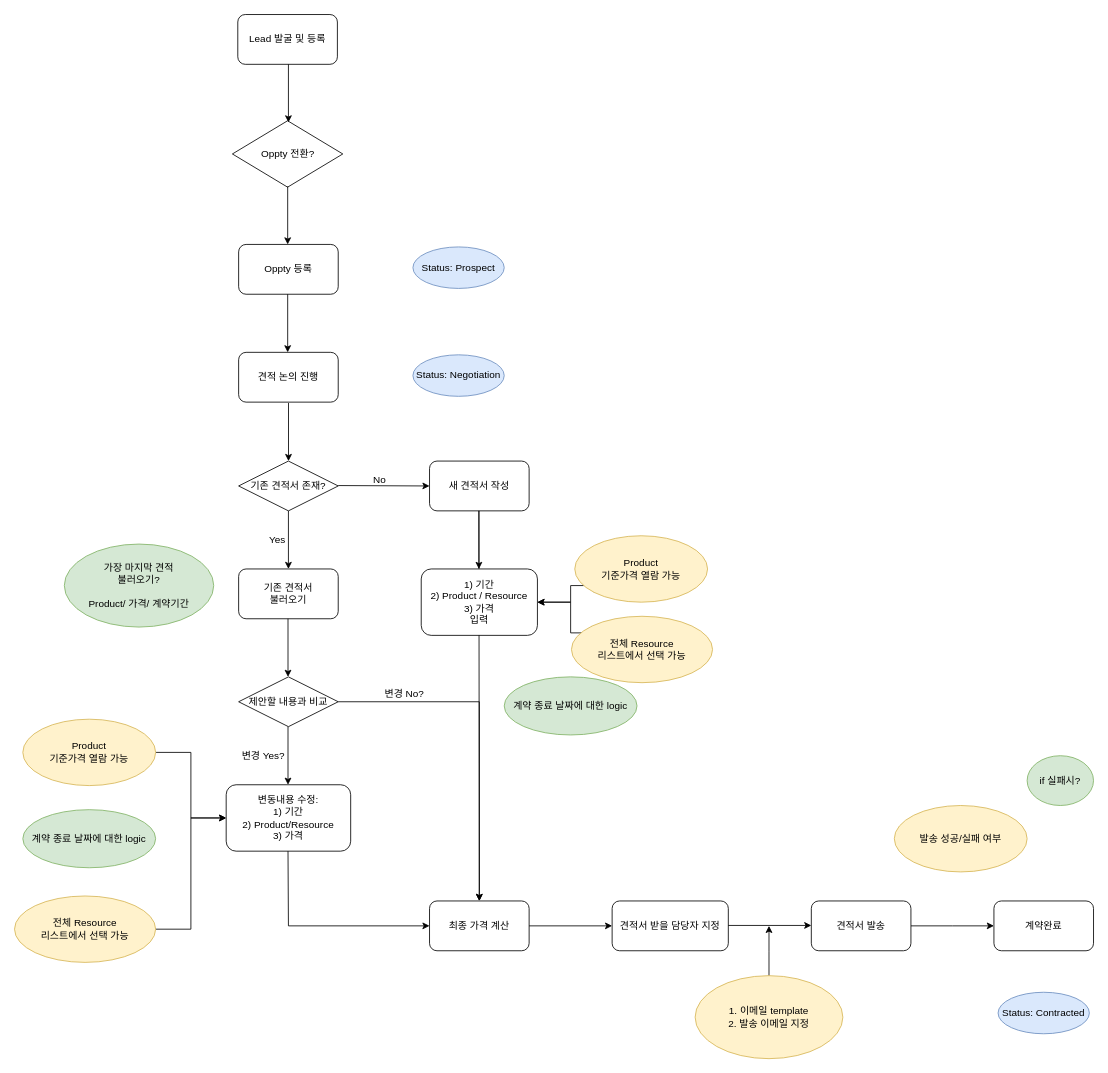
Above: page "견적서_process" (7 of 8) of cknet 오브젝트 및 프로세스.drawio in cknet-saleforce/newyork (draw.io), before the change. Source tidied: cells renumbered, new cells numbered last; positions are measured from the earlier drawing's top-left corner, leaving out a move shared by most shapes. Both pictures are drawn from the tidied source at 83%, with x=0, y=0 at pixel (14, 14).
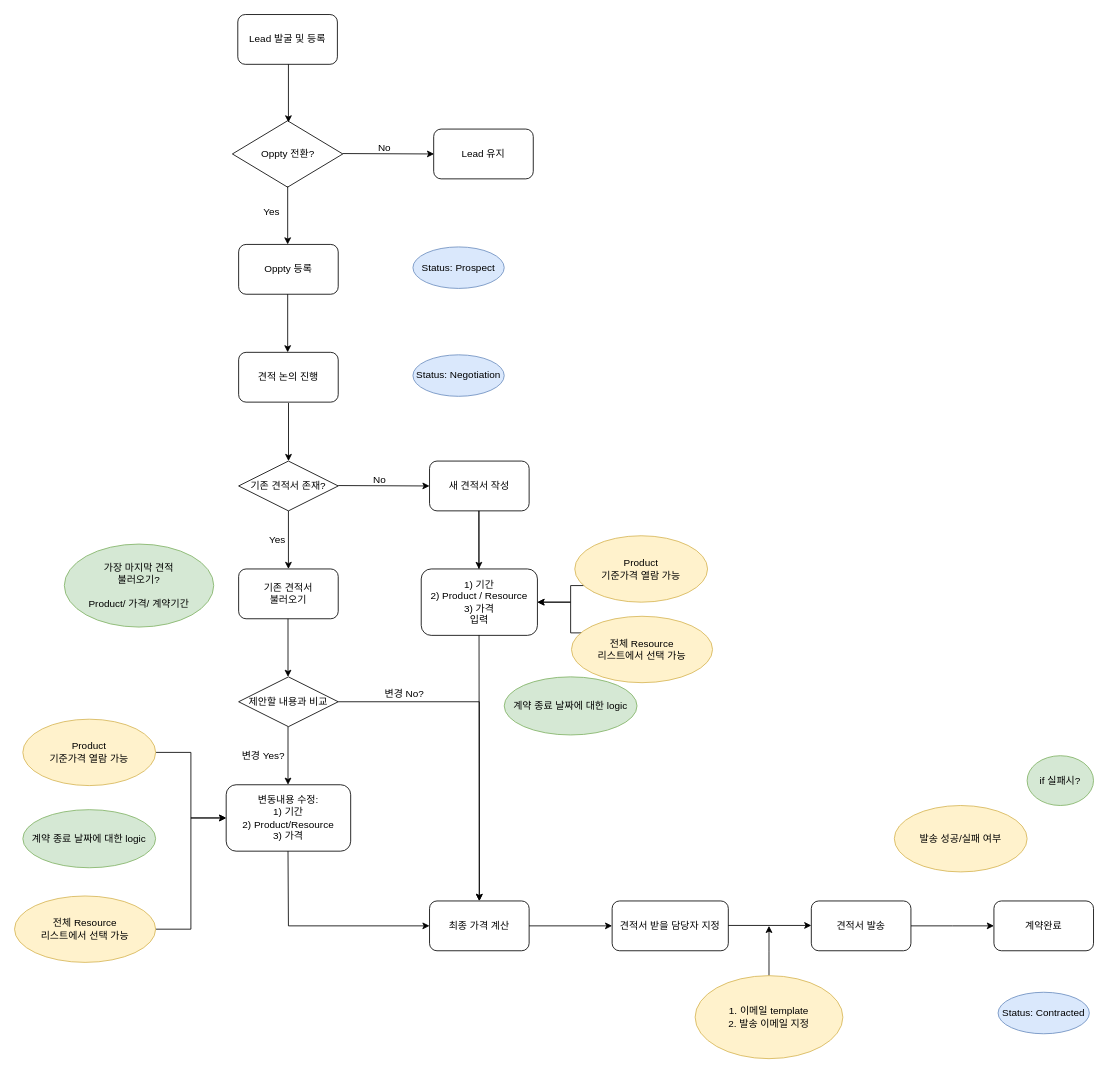
The same page after the edit.

Commit message:
Update cknet 오브젝트 및 프로세스.drawio

The edit, as a diff of the source:
```diff
@@
+    <mxCell id="53" value="Yes" style="text;html=1;strokeColor=none;fillColor=none;align=center;verticalAlign=middle;whiteSpace=wrap;rounded=0;" parent="1" vertex="1">
+      <mxGeometry x="280" y="223" width="60" height="30" as="geometry" />
+    </mxCell>
+    <mxCell id="54" style="endArrow=classic;html=1;rounded=0;entryX=0;entryY=0.5;entryDx=0;entryDy=0;" parent="1" edge="1">
+      <mxGeometry relative="1" as="geometry">
+        <mxPoint x="395.5" y="167.5" as="sourcePoint" />
+        <mxPoint x="505.5" y="168" as="targetPoint" />
+      </mxGeometry>
+    </mxCell>
+    <mxCell id="55" value="No" style="text;html=1;strokeColor=none;fillColor=none;align=center;verticalAlign=middle;whiteSpace=wrap;rounded=0;" parent="1" vertex="1">
+      <mxGeometry x="415.5" y="146" width="60" height="30" as="geometry" />
+    </mxCell>
+    <mxCell id="56" value="Lead 유지" style="rounded=1;whiteSpace=wrap;html=1;" parent="1" vertex="1">
+      <mxGeometry x="505" y="138" width="120" height="60" as="geometry" />
+    </mxCell>
```
